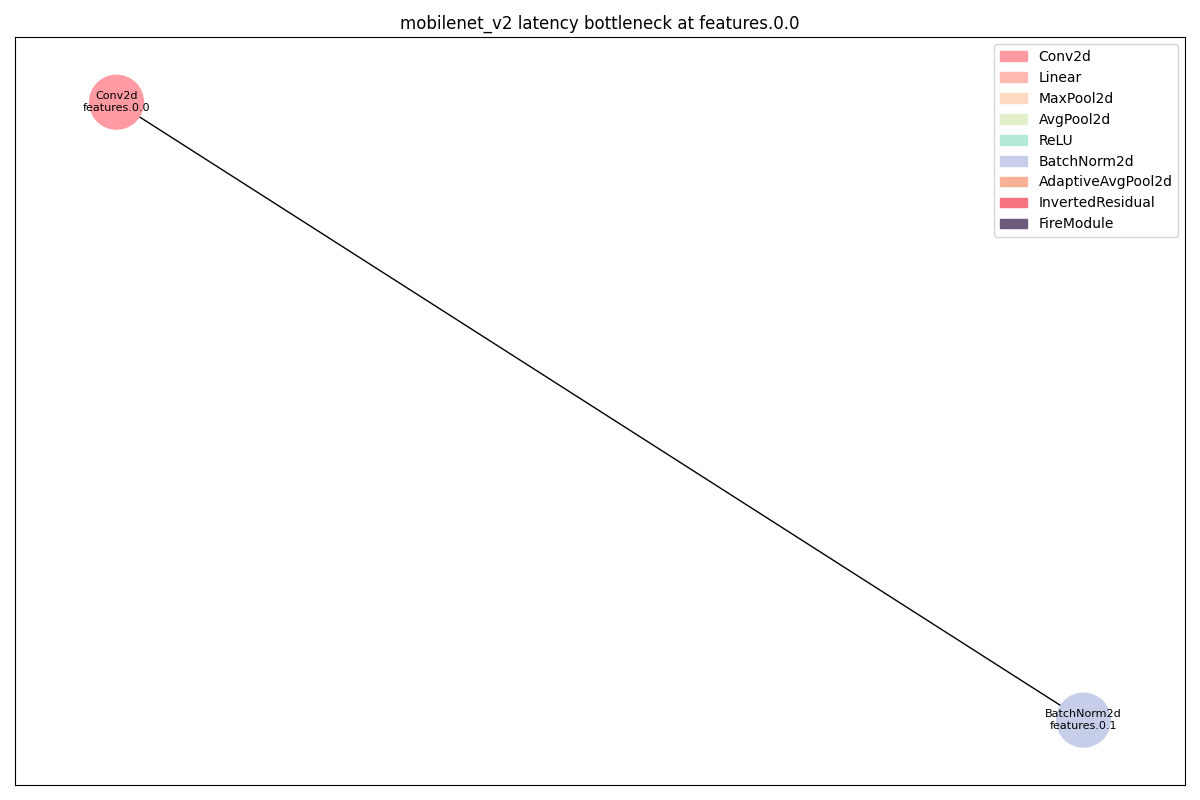
11222-Meng/DNN_Bottlen_Layer_Analysis keeps this Graphviz diagram as dags/mobilenet_v2_latency_features_0_0_op.png. Above is the earlier version. Its source is kept beside it as dags/mobilenet_v2_latency_features_0_0_op.dot. Source of this version:
```dot
strict digraph "" {
	Conv2d_0	[color="#FF9AA2",
		layer_name="features.0.0",
		params=864,
		type=Conv2d];
	BatchNorm2d_0	[color="#C7CEEA",
		layer_name="features.0.1",
		params=64,
		type=BatchNorm2d];
	Conv2d_0 -> BatchNorm2d_0;
}
```
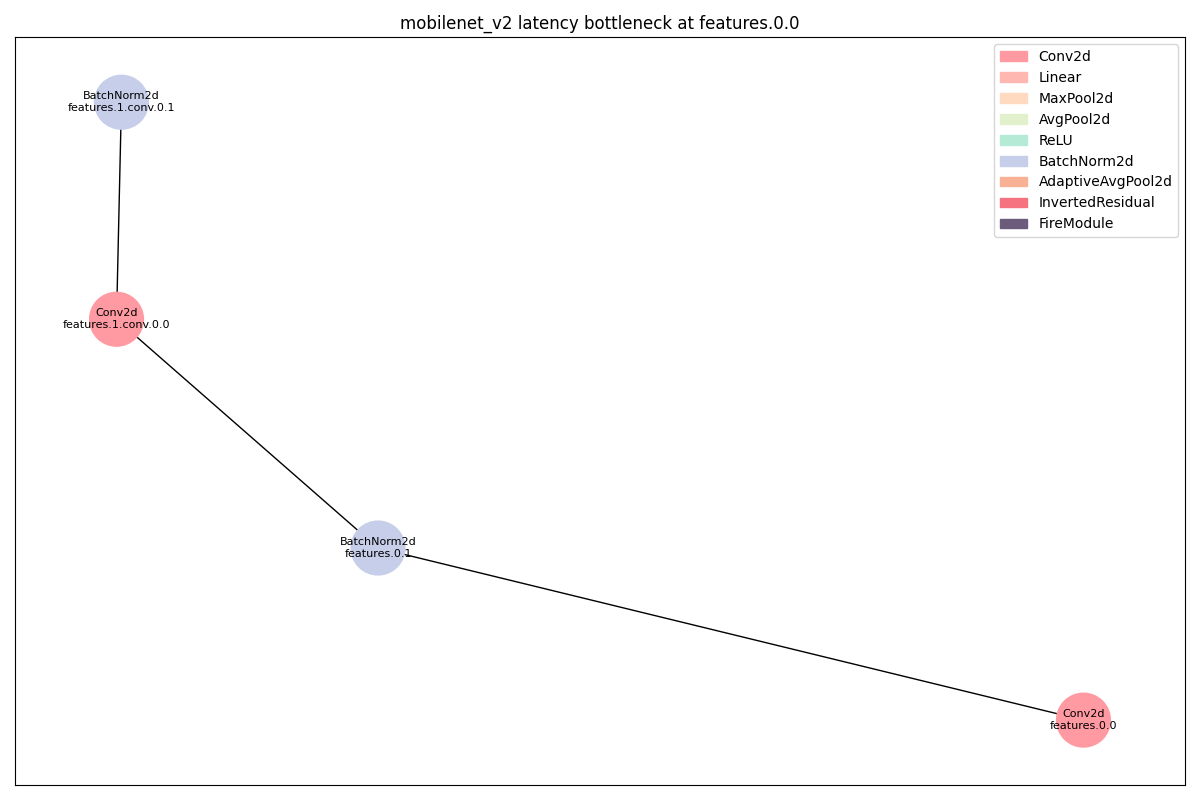
Later version of the same file.

Change to the diagram source:
```diff
@@ -8,4 +8,14 @@
 		params=64,
 		type=BatchNorm2d];
 	Conv2d_0 -> BatchNorm2d_0;
+	Conv2d_1	[color="#FF9AA2",
+		layer_name="features.1.conv.0.0",
+		params=288,
+		type=Conv2d];
+	BatchNorm2d_0 -> Conv2d_1;
+	BatchNorm2d_1	[color="#C7CEEA",
+		layer_name="features.1.conv.0.1",
+		params=64,
+		type=BatchNorm2d];
+	Conv2d_1 -> BatchNorm2d_1;
 }
```
